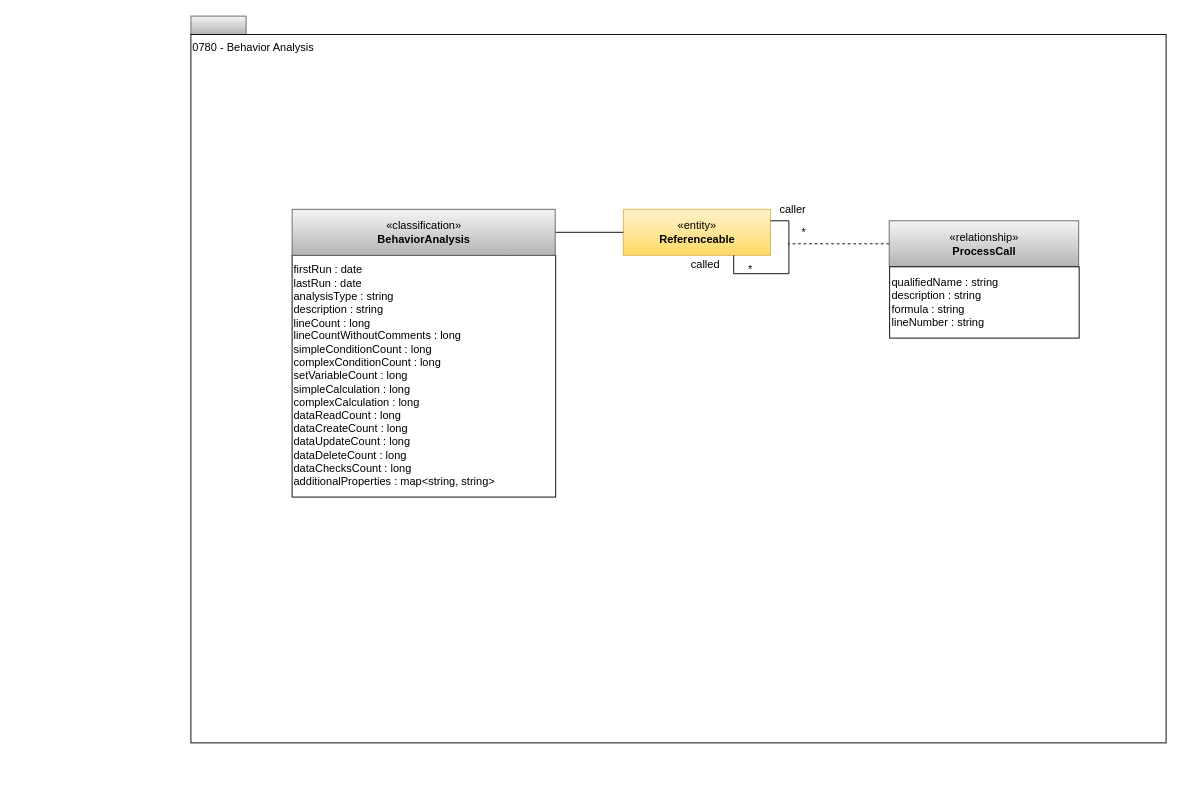
Before: page "0780-Code-Analysis" (12 of 12) of open-metadata-publication/website/open-metadata-types/area-7-lineage.drawio in odpi/egeria, a draw.io diagram. Source tidied: cells renumbered, new cells numbered last; positions are measured from the earlier drawing's top-left corner, leaving out a move shared by most shapes. Both pictures are drawn from the tidied source at 92%, with x=0, y=0 at pixel (190, 16).
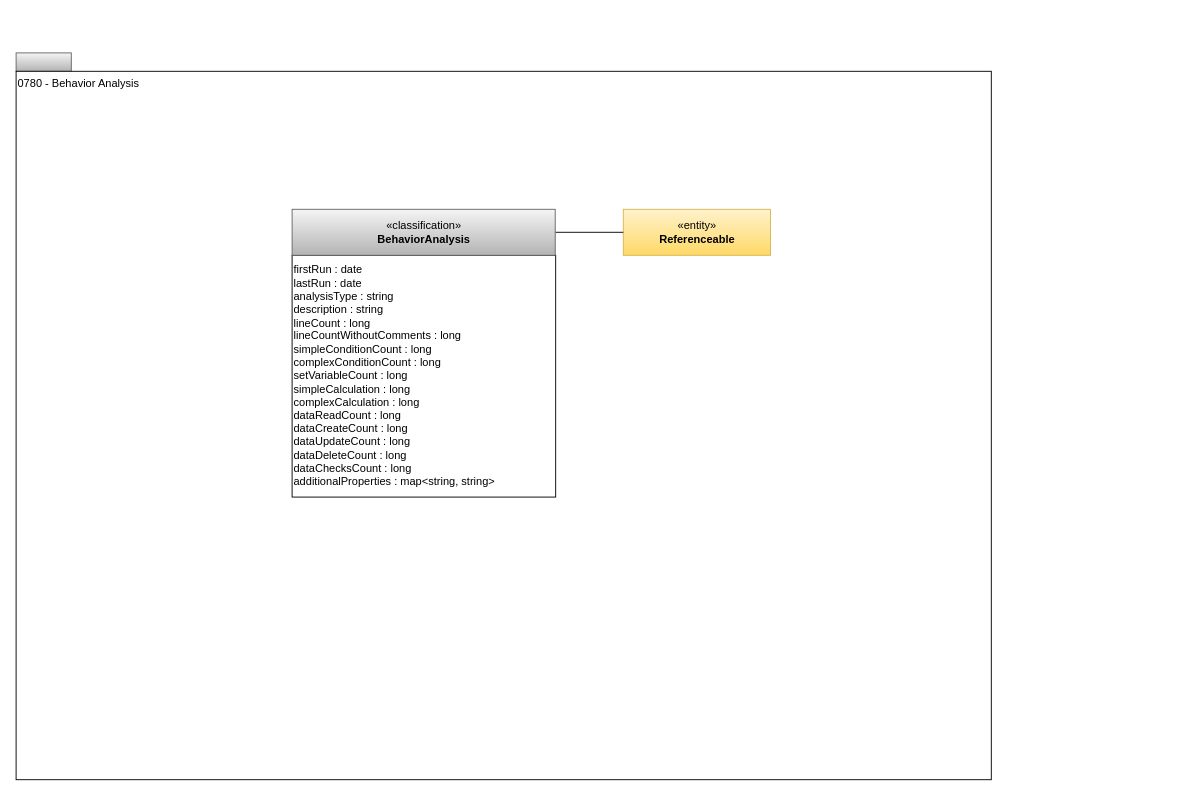
After the change.

Diff of the diagram source:
```diff
@@
 <mxGraphModel>
   <root>
     <mxCell id="0" />
     <mxCell id="1" parent="0" />
     <mxCell id="2" style="rounded=0;whiteSpace=wrap;html=1;align=left;fillColor=#f5f5f5;strokeColor=#666666;gradientColor=#b3b3b3;" parent="1" vertex="1">
-      <mxGeometry width="60" height="20" as="geometry" />
+      <mxGeometry x="-190" y="40" width="60" height="20" as="geometry" />
     </mxCell>
     <mxCell id="3" value="0780 - Behavior Analysis" style="rounded=0;whiteSpace=wrap;html=1;align=left;verticalAlign=top;" parent="1" vertex="1">
-      <mxGeometry y="20" width="1060" height="770" as="geometry" />
+      <mxGeometry x="-190" y="60" width="1060" height="770" as="geometry" />
     </mxCell>
     <mxCell id="4" value="«entity»&lt;br&gt;&lt;b&gt;Referenceable&lt;/b&gt;" style="html=1;strokeColor=#d6b656;align=center;fillColor=#fff2cc;gradientColor=#ffd966;" parent="1" vertex="1">
       <mxGeometry x="470" y="210" width="160" height="50" as="geometry" />
     </mxCell>
     <mxCell id="5" style="edgeStyle=orthogonalEdgeStyle;rounded=0;html=1;exitX=1;exitY=0.5;endArrow=none;endFill=0;jettySize=auto;orthogonalLoop=1;" parent="1" edge="1">
       <mxGeometry relative="1" as="geometry">
         <mxPoint x="396" y="235" as="sourcePoint" />
         <mxPoint x="470" y="235" as="targetPoint" />
       </mxGeometry>
     </mxCell>
-    <mxCell id="6" style="edgeStyle=orthogonalEdgeStyle;rounded=0;html=1;exitX=0.75;exitY=1;entryX=1;entryY=0.25;endArrow=none;endFill=0;jettySize=auto;orthogonalLoop=1;exitDx=0;exitDy=0;entryDx=0;entryDy=0;" parent="1" edge="1" source="4" target="4">
-      <mxGeometry relative="1" as="geometry" />
-    </mxCell>
-    <mxCell id="7" style="edgeStyle=orthogonalEdgeStyle;rounded=0;html=1;exitX=0;exitY=0.5;endArrow=none;endFill=0;jettySize=auto;dashed=1;" parent="1" edge="1" source="8">
-      <mxGeometry relative="1" as="geometry">
-        <mxPoint x="649" y="247.5" as="targetPoint" />
-      </mxGeometry>
-    </mxCell>
-    <mxCell id="8" value="«relationship»&lt;br&gt;&lt;b&gt;ProcessCall&lt;/b&gt;" style="html=1;strokeColor=#666666;align=center;fillColor=#f5f5f5;gradientColor=#b3b3b3;" parent="1" vertex="1">
-      <mxGeometry x="759" y="222.5" width="206" height="50" as="geometry" />
-    </mxCell>
-    <mxCell id="9" value="qualifiedName : string&lt;br&gt;description : string&lt;br&gt;formula : string&lt;br&gt;lineNumber : string" style="rounded=0;whiteSpace=wrap;html=1;strokeColor=#000000;gradientColor=#ffffff;align=left;" parent="1" vertex="1">
-      <mxGeometry x="759.5" y="272.5" width="206" height="77.5" as="geometry" />
-    </mxCell>
-    <mxCell id="10" value="*" style="text;html=1;align=center;verticalAlign=top;spacingTop=-4;" parent="1" vertex="1">
-      <mxGeometry x="658.5" y="225" width="15" height="14" as="geometry" />
-    </mxCell>
-    <mxCell id="11" value="*" style="text;html=1;align=center;verticalAlign=top;spacingTop=-4;" parent="1" vertex="1">
-      <mxGeometry x="600" y="266" width="15" height="14" as="geometry" />
-    </mxCell>
-    <mxCell id="12" value="called" style="text;html=1;align=center;verticalAlign=top;spacingTop=-4;" parent="1" vertex="1">
-      <mxGeometry x="534" y="260" width="50" height="20" as="geometry" />
-    </mxCell>
-    <mxCell id="13" value="caller" style="text;html=1;align=center;verticalAlign=top;spacingTop=-4;" parent="1" vertex="1">
-      <mxGeometry x="633.5" y="200" width="40" height="20" as="geometry" />
-    </mxCell>
     <mxCell id="14" value="firstRun : date&lt;br&gt;lastRun : date&lt;br&gt;analysisType : string&lt;br&gt;description : string&lt;br&gt;lineCount : long&lt;br&gt;lineCountWithoutComments : long&lt;br&gt;simpleConditionCount : long&lt;br&gt;complexConditionCount : long&lt;br&gt;setVariableCount : long&lt;br&gt;simpleCalculation : long&lt;br&gt;complexCalculation : long&lt;br&gt;dataReadCount : long&lt;br&gt;dataCreateCount : long&lt;br&gt;dataUpdateCount : long&lt;br&gt;dataDeleteCount : long&lt;br&gt;dataChecksCount : long&lt;br&gt;additionalProperties : map&amp;lt;string, string&amp;gt;" style="rounded=0;whiteSpace=wrap;html=1;strokeColor=#000000;gradientColor=#ffffff;align=left;" parent="1" vertex="1">
       <mxGeometry x="110" y="260" width="286.5" height="262.8" as="geometry" />
     </mxCell>
     <mxCell id="15" value="«classification»&lt;br&gt;&lt;b&gt;BehaviorAnalysis&lt;/b&gt;" style="html=1;strokeColor=#666666;align=center;fillColor=#f5f5f5;gradientColor=#b3b3b3;" parent="1" vertex="1">
       <mxGeometry x="110" y="210" width="286" height="50" as="geometry" />
     </mxCell>
   </root>
 </mxGraphModel>
```
